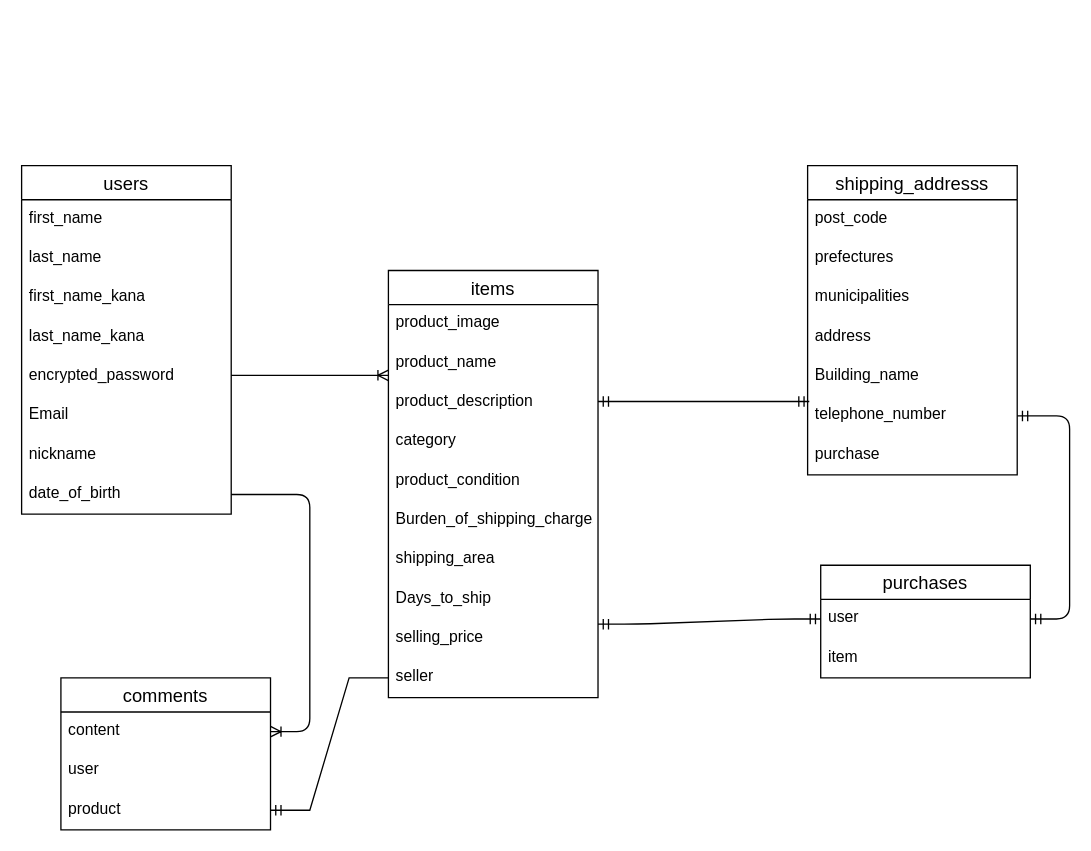
Before: test.dio in pusann/furima-37365, a draw.io diagram. Source tidied: cells renumbered, new cells numbered last; positions are measured from the earlier drawing's top-left corner, leaving out a move shared by most shapes. Both pictures are drawn from the tidied source at 131%, with x=0, y=0 at pixel (21, 165).
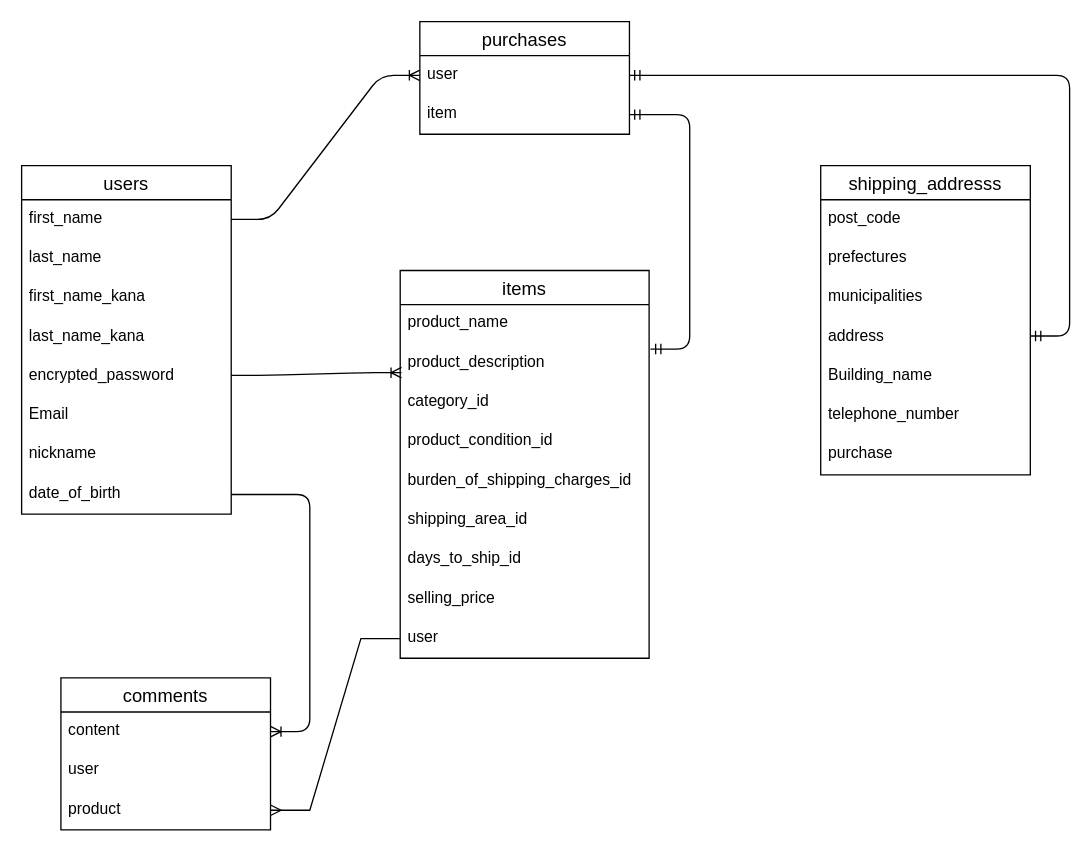
The same page after the edit.

The change refers to these unchanged cells:
```xml
<mxCell id="14" value="first_name" style="text;strokeColor=none;fillColor=none;spacingLeft=4;spacingRight=4;overflow=hidden;points=[[0,0.5],[1,0.5]];portConstraint=eastwest;fontSize=12;" parent="13" vertex="1">
  <mxGeometry y="26" width="160" height="30" as="geometry" />
</mxCell>
<mxCell id="23" value="user" style="text;strokeColor=none;fillColor=none;spacingLeft=4;spacingRight=4;overflow=hidden;points=[[0,0.5],[1,0.5]];portConstraint=eastwest;fontSize=12;" parent="22" vertex="1">
  <mxGeometry y="26" width="160" height="30" as="geometry" />
</mxCell>
<mxCell id="24" value="item" style="text;strokeColor=none;fillColor=none;spacingLeft=4;spacingRight=4;overflow=hidden;points=[[0,0.5],[1,0.5]];portConstraint=eastwest;fontSize=12;" parent="22" vertex="1">
  <mxGeometry y="56" width="160" height="30" as="geometry" />
</mxCell>
<mxCell id="31" value="telephone_number" style="text;strokeColor=none;fillColor=none;spacingLeft=4;spacingRight=4;overflow=hidden;points=[[0,0.5],[1,0.5]];portConstraint=eastwest;fontSize=12;" parent="25" vertex="1">
  <mxGeometry y="176" width="160" height="30" as="geometry" />
</mxCell>
<mxCell id="39" value="product" style="text;strokeColor=none;fillColor=none;spacingLeft=4;spacingRight=4;overflow=hidden;points=[[0,0.5],[1,0.5]];portConstraint=eastwest;fontSize=12;" parent="36" vertex="1">
  <mxGeometry y="86" width="160" height="30" as="geometry" />
</mxCell>
```

What changed in the source:
```diff
@@
     <mxCell id="2" value="items" style="swimlane;fontStyle=0;horizontal=1;startSize=26;align=center;fontSize=14;" parent="1" vertex="1">
-      <mxGeometry x="280" y="80" width="160" height="326" as="geometry" />
+      <mxGeometry x="289" y="80" width="190" height="296" as="geometry" />
     </mxCell>
-    <mxCell id="3" value="product_image" style="text;strokeColor=none;fillColor=none;spacingLeft=4;spacingRight=4;overflow=hidden;fontSize=12;" parent="2" vertex="1">
-      <mxGeometry y="26" width="160" height="30" as="geometry" />
-    </mxCell>
     <mxCell id="4" value="product_name" style="text;strokeColor=none;fillColor=none;spacingLeft=4;spacingRight=4;overflow=hidden;fontSize=12;" parent="2" vertex="1">
-      <mxGeometry y="56" width="160" height="30" as="geometry" />
+      <mxGeometry y="26" width="190" height="30" as="geometry" />
     </mxCell>
     <mxCell id="5" value="product_description" style="text;strokeColor=none;fillColor=none;spacingLeft=4;spacingRight=4;overflow=hidden;fontSize=12;" parent="2" vertex="1">
-      <mxGeometry y="86" width="160" height="30" as="geometry" />
+      <mxGeometry y="56" width="190" height="30" as="geometry" />
     </mxCell>
-    <mxCell id="6" value="category" style="text;strokeColor=none;fillColor=none;spacingLeft=4;spacingRight=4;overflow=hidden;fontSize=12;" parent="2" vertex="1">
-      <mxGeometry y="116" width="160" height="30" as="geometry" />
+    <mxCell id="6" value="category_id  " style="text;strokeColor=none;fillColor=none;spacingLeft=4;spacingRight=4;overflow=hidden;fontSize=12;" parent="2" vertex="1">
+      <mxGeometry y="86" width="190" height="30" as="geometry" />
     </mxCell>
-    <mxCell id="7" value="product_condition" style="text;strokeColor=none;fillColor=none;spacingLeft=4;spacingRight=4;overflow=hidden;fontSize=12;" parent="2" vertex="1">
-      <mxGeometry y="146" width="160" height="30" as="geometry" />
+    <mxCell id="7" value="product_condition_id " style="text;strokeColor=none;fillColor=none;spacingLeft=4;spacingRight=4;overflow=hidden;fontSize=12;" parent="2" vertex="1">
+      <mxGeometry y="116" width="190" height="30" as="geometry" />
     </mxCell>
-    <mxCell id="8" value="Burden_of_shipping_charges" style="text;strokeColor=none;fillColor=none;spacingLeft=4;spacingRight=4;overflow=hidden;fontSize=12;" parent="2" vertex="1">
-      <mxGeometry y="176" width="160" height="30" as="geometry" />
+    <mxCell id="8" value="burden_of_shipping_charges_id" style="text;strokeColor=none;fillColor=none;spacingLeft=4;spacingRight=4;overflow=hidden;fontSize=12;" parent="2" vertex="1">
+      <mxGeometry y="146" width="190" height="30" as="geometry" />
     </mxCell>
-    <mxCell id="9" value="shipping_area" style="text;strokeColor=none;fillColor=none;spacingLeft=4;spacingRight=4;overflow=hidden;fontSize=12;" parent="2" vertex="1">
-      <mxGeometry y="206" width="160" height="30" as="geometry" />
+    <mxCell id="9" value="shipping_area_id" style="text;strokeColor=none;fillColor=none;spacingLeft=4;spacingRight=4;overflow=hidden;fontSize=12;" parent="2" vertex="1">
+      <mxGeometry y="176" width="190" height="30" as="geometry" />
     </mxCell>
-    <mxCell id="10" value="Days_to_ship" style="text;strokeColor=none;fillColor=none;spacingLeft=4;spacingRight=4;overflow=hidden;fontSize=12;" parent="2" vertex="1">
-      <mxGeometry y="236" width="160" height="30" as="geometry" />
+    <mxCell id="10" value="days_to_ship_id" style="text;strokeColor=none;fillColor=none;spacingLeft=4;spacingRight=4;overflow=hidden;fontSize=12;" parent="2" vertex="1">
+      <mxGeometry y="206" width="190" height="30" as="geometry" />
     </mxCell>
     <mxCell id="11" value="selling_price" style="text;strokeColor=none;fillColor=none;spacingLeft=4;spacingRight=4;overflow=hidden;fontSize=12;" parent="2" vertex="1">
-      <mxGeometry y="266" width="160" height="30" as="geometry" />
+      <mxGeometry y="236" width="190" height="30" as="geometry" />
     </mxCell>
-    <mxCell id="12" value="seller" style="text;strokeColor=none;fillColor=none;spacingLeft=4;spacingRight=4;overflow=hidden;points=[[0,0.5],[1,0.5]];portConstraint=eastwest;fontSize=12;" parent="2" vertex="1">
-      <mxGeometry y="296" width="160" height="30" as="geometry" />
+    <mxCell id="12" value="user" style="text;strokeColor=none;fillColor=none;spacingLeft=4;spacingRight=4;overflow=hidden;points=[[0,0.5],[1,0.5]];portConstraint=eastwest;fontSize=12;" parent="2" vertex="1">
+      <mxGeometry y="266" width="190" height="30" as="geometry" />
     </mxCell>
@@
     <mxCell id="22" value="purchases" style="swimlane;fontStyle=0;horizontal=1;startSize=26;align=center;fontSize=14;rounded=0;" parent="1" vertex="1">
-      <mxGeometry x="610" y="305" width="160" height="86" as="geometry" />
+      <mxGeometry x="304" y="-110" width="160" height="86" as="geometry" />
     </mxCell>
@@
     <mxCell id="25" value="shipping_addresss" style="swimlane;fontStyle=0;horizontal=1;startSize=26;align=center;fontSize=14;rounded=0;" parent="1" vertex="1">
-      <mxGeometry x="600" width="160" height="236" as="geometry" />
+      <mxGeometry x="610" width="160" height="236" as="geometry" />
     </mxCell>
@@
-    <mxCell id="33" style="edgeStyle=entityRelationEdgeStyle;fontSize=12;html=1;endArrow=ERmandOne;startArrow=ERmandOne;entryX=0;entryY=0.5;entryDx=0;entryDy=0;" parent="1" edge="1" target="23">
-      <mxGeometry relative="1" as="geometry">
-        <mxPoint x="440" y="350" as="sourcePoint" />
-      </mxGeometry>
-    </mxCell>
     <mxCell id="34" style="edgeStyle=entityRelationEdgeStyle;fontSize=12;html=1;endArrow=ERoneToMany;" parent="1" edge="1">
       <mxGeometry relative="1" as="geometry">
         <mxPoint x="160" y="160" as="sourcePoint" />
-        <mxPoint x="280" y="160" as="targetPoint" />
+        <mxPoint x="290" y="158" as="targetPoint" />
       </mxGeometry>
     </mxCell>
-    <mxCell id="35" style="edgeStyle=entityRelationEdgeStyle;fontSize=12;html=1;endArrow=ERmandOne;startArrow=ERmandOne;entryX=0.008;entryY=0.133;entryDx=0;entryDy=0;entryPerimeter=0;" parent="1" edge="1" target="31">
-      <mxGeometry relative="1" as="geometry">
-        <mxPoint x="440" y="180" as="sourcePoint" />
-      </mxGeometry>
-    </mxCell>
@@
-    <mxCell id="40" style="edgeStyle=entityRelationEdgeStyle;fontSize=12;html=1;endArrow=ERmandOne;startArrow=ERmandOne;entryX=1;entryY=0.5;entryDx=0;entryDy=0;" parent="1" edge="1" target="31">
+    <mxCell id="40" style="edgeStyle=entityRelationEdgeStyle;fontSize=12;html=1;endArrow=ERmandOne;startArrow=ERmandOne;entryX=1;entryY=0.5;entryDx=0;entryDy=0;" parent="1" edge="1" target="23">
       <mxGeometry relative="1" as="geometry">
-        <mxPoint x="770" y="346" as="sourcePoint" />
+        <mxPoint x="770" y="130" as="sourcePoint" />
       </mxGeometry>
     </mxCell>
@@
+    <mxCell id="43" style="edgeStyle=entityRelationEdgeStyle;fontSize=12;html=1;endArrow=ERoneToMany;entryX=0;entryY=0.5;entryDx=0;entryDy=0;exitX=1;exitY=0.5;exitDx=0;exitDy=0;" parent="1" edge="1" source="14" target="23">
+      <mxGeometry relative="1" as="geometry" />
+    </mxCell>
+    <mxCell id="33" style="edgeStyle=entityRelationEdgeStyle;fontSize=12;html=1;endArrow=ERmandOne;startArrow=ERmandOne;" parent="1" edge="1" target="24">
+      <mxGeometry relative="1" as="geometry">
+        <mxPoint x="480" y="140" as="sourcePoint" />
+      </mxGeometry>
+    </mxCell>
-    <mxCell id="42" style="edgeStyle=entityRelationEdgeStyle;fontSize=12;html=1;endArrow=ERmandOne;rounded=0;strokeWidth=1;targetPerimeterSpacing=0;entryX=1;entryY=0.5;entryDx=0;entryDy=0;" parent="1" edge="1" source="12" target="39">
+    <mxCell id="42" style="edgeStyle=entityRelationEdgeStyle;fontSize=12;html=1;endArrow=ERmany;rounded=0;exitX=0;exitY=0.5;exitDx=0;exitDy=0;" parent="1" edge="1" source="12" target="39">
       <mxGeometry relative="1" as="geometry" />
     </mxCell>
```
